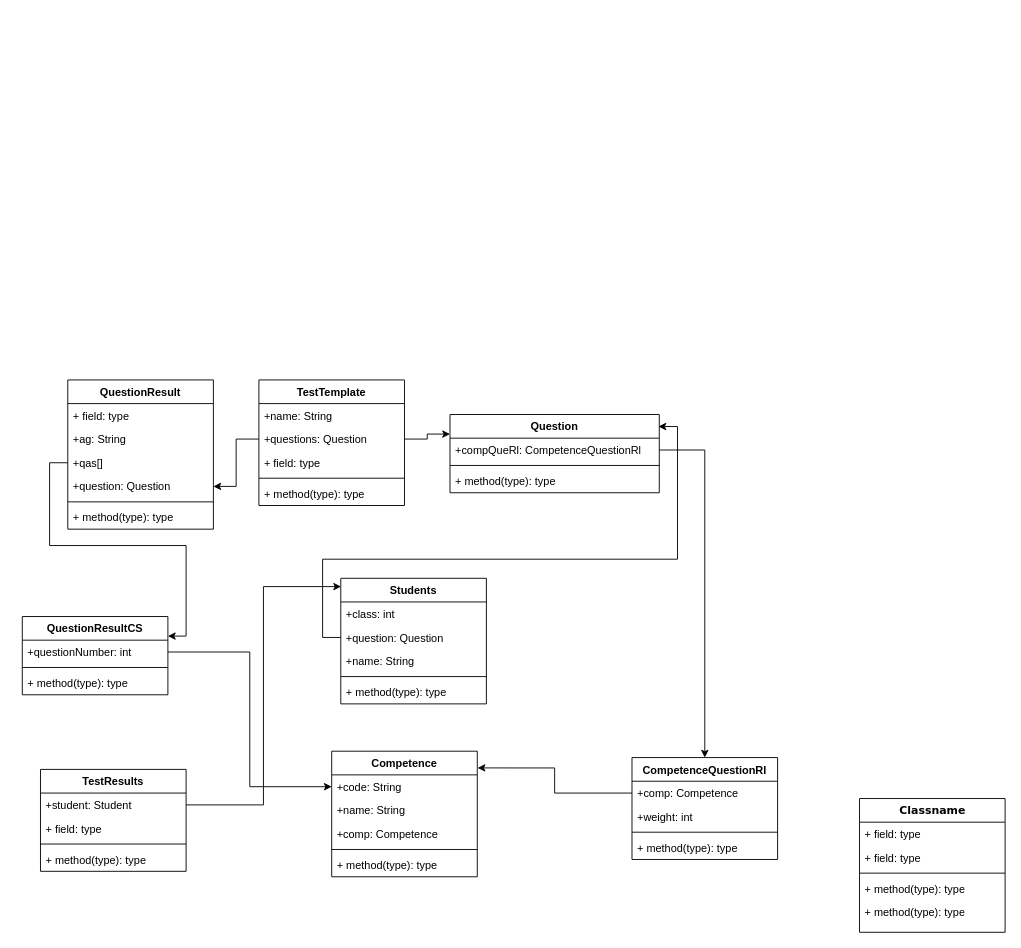
Above: Untitled Diagram.drawio in minaevtimova/Table (draw.io), before the change. Source tidied: cells renumbered, new cells numbered last; positions are measured from the earlier drawing's top-left corner, leaving out a move shared by most shapes. Both pictures are drawn from the tidied source at 91%, with x=0, y=0 at pixel (22, 379).
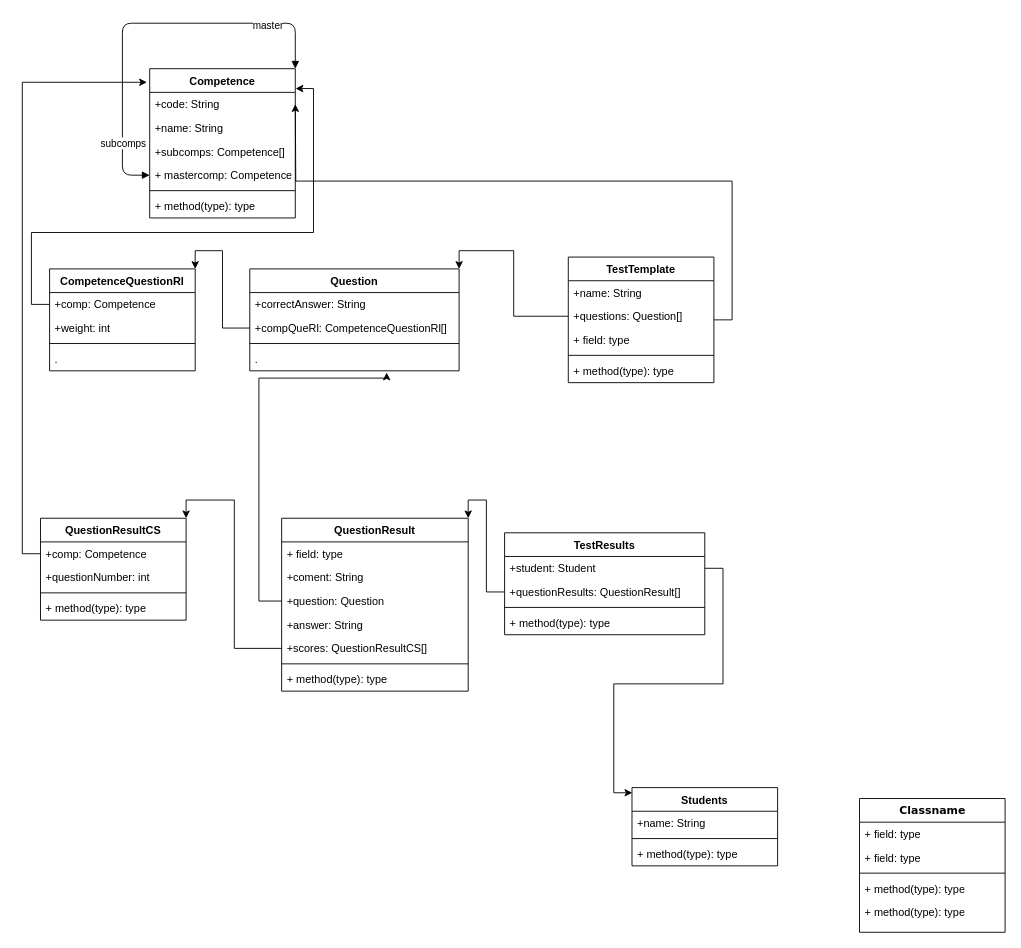
After the change.

The change refers to these unchanged cells:
```xml
<mxCell id="9" value="+code: String" style="text;strokeColor=none;fillColor=none;align=left;verticalAlign=top;spacingLeft=4;spacingRight=4;overflow=hidden;points=[[0,0.5],[1,0.5]];portConstraint=eastwest;" parent="8" vertex="1">
  <mxGeometry y="26" width="160" height="26" as="geometry" />
</mxCell>
<mxCell id="25" value="+comp: Competence" style="text;strokeColor=none;fillColor=none;align=left;verticalAlign=top;spacingLeft=4;spacingRight=4;overflow=hidden;points=[[0,0.5],[1,0.5]];portConstraint=eastwest;" parent="24" vertex="1">
  <mxGeometry y="26" width="160" height="26" as="geometry" />
</mxCell>
```

The edit, as a diff of the source:
```diff
@@
     <mxCell id="8" value="Competence" style="swimlane;fontStyle=1;align=center;verticalAlign=top;horizontal=1;startSize=26;" parent="1" vertex="1">
-      <mxGeometry x="340" y="408" width="160" height="138" as="geometry" />
+      <mxGeometry x="140" y="-342" width="160" height="164" as="geometry" />
     </mxCell>
@@
-    <mxCell id="11" value="+comp: Competence" style="text;strokeColor=none;fillColor=none;align=left;verticalAlign=top;spacingLeft=4;spacingRight=4;overflow=hidden;" parent="8" vertex="1">
+    <mxCell id="11" value="+subcomps: Competence[]" style="text;strokeColor=none;fillColor=none;align=left;verticalAlign=top;spacingLeft=4;spacingRight=4;overflow=hidden;" parent="8" vertex="1">
       <mxGeometry y="78" width="160" height="26" as="geometry" />
     </mxCell>
+    <mxCell id="59" value="+ mastercomp: Competence" style="text;strokeColor=none;fillColor=none;align=left;verticalAlign=top;spacingLeft=4;spacingRight=4;overflow=hidden;points=[[0,0.5],[1,0.5]];portConstraint=eastwest;" parent="8" vertex="1">
+      <mxGeometry y="104" width="160" height="26" as="geometry" />
+    </mxCell>
     <mxCell id="12" style="line;strokeWidth=1;fillColor=none;align=left;verticalAlign=middle;spacingTop=-1;spacingLeft=3;spacingRight=3;labelPosition=right;" parent="8" vertex="1">
-      <mxGeometry y="104" width="160" height="8" as="geometry" />
+      <mxGeometry y="130" width="160" height="8" as="geometry" />
     </mxCell>
     <mxCell id="13" value="+ method(type): type" style="text;strokeColor=none;fillColor=none;align=left;verticalAlign=top;spacingLeft=4;spacingRight=4;overflow=hidden;" parent="8" vertex="1">
-      <mxGeometry y="112" width="160" height="26" as="geometry" />
+      <mxGeometry y="138" width="160" height="26" as="geometry" />
     </mxCell>
-    <mxCell id="14" value="TestTemplate" style="swimlane;fontStyle=1;align=center;verticalAlign=top;horizontal=1;startSize=26;" parent="1" vertex="1">
-      <mxGeometry x="260" width="160" height="138" as="geometry" />
-    </mxCell>
-    <mxCell id="15" value="+name: String" style="text;strokeColor=none;fillColor=none;align=left;verticalAlign=top;spacingLeft=4;spacingRight=4;overflow=hidden;" parent="14" vertex="1">
-      <mxGeometry y="26" width="160" height="26" as="geometry" />
-    </mxCell>
-    <mxCell id="16" value="+questions: Question" style="text;strokeColor=none;fillColor=none;align=left;verticalAlign=top;spacingLeft=4;spacingRight=4;overflow=hidden;points=[[0,0.5],[1,0.5]];portConstraint=eastwest;" parent="14" vertex="1">
-      <mxGeometry y="52" width="160" height="26" as="geometry" />
-    </mxCell>
-    <mxCell id="17" value="+ field: type" style="text;strokeColor=none;fillColor=none;align=left;verticalAlign=top;spacingLeft=4;spacingRight=4;overflow=hidden;" parent="14" vertex="1">
-      <mxGeometry y="78" width="160" height="26" as="geometry" />
-    </mxCell>
-    <mxCell id="18" style="line;strokeWidth=1;fillColor=none;align=left;verticalAlign=middle;spacingTop=-1;spacingLeft=3;spacingRight=3;labelPosition=right;" parent="14" vertex="1">
-      <mxGeometry y="104" width="160" height="8" as="geometry" />
-    </mxCell>
-    <mxCell id="19" value="+ method(type): type" style="text;strokeColor=none;fillColor=none;align=left;verticalAlign=top;spacingLeft=4;spacingRight=4;overflow=hidden;" parent="14" vertex="1">
-      <mxGeometry y="112" width="160" height="26" as="geometry" />
-    </mxCell>
+    <mxCell id="60" style="endArrow=block;startArrow=block;endFill=1;startFill=1;html=1;entryX=0;entryY=0.5;entryDx=0;entryDy=0;exitX=1;exitY=0;exitDx=0;exitDy=0;" parent="8" edge="1" source="8" target="59">
+      <mxGeometry relative="1" as="geometry">
+        <Array as="points">
+          <mxPoint x="160" y="-50" />
+          <mxPoint x="-30" y="-50" />
+          <mxPoint x="-30" y="117" />
+        </Array>
+      </mxGeometry>
+    </mxCell>
+    <mxCell id="61" value="subcomps" style="edgeLabel;html=1;align=center;verticalAlign=middle;" parent="60" vertex="1">
+      <mxGeometry x="0.7" relative="1" as="geometry" />
+    </mxCell>
+    <mxCell id="62" value="master" style="edgeLabel;html=1;align=center;verticalAlign=middle;" parent="60" vertex="1">
+      <mxGeometry x="-0.63" y="2" relative="1" as="geometry" />
+    </mxCell>
     <mxCell id="20" value="Question" style="swimlane;fontStyle=1;align=center;verticalAlign=top;horizontal=1;startSize=26;" parent="1" vertex="1">
-      <mxGeometry x="470" y="38" width="230" height="86" as="geometry" />
+      <mxGeometry x="250" y="-122" width="230" height="112" as="geometry" />
     </mxCell>
+    <mxCell id="63" value="+correctAnswer: String" style="text;strokeColor=none;fillColor=none;align=left;verticalAlign=top;spacingLeft=4;spacingRight=4;overflow=hidden;" parent="20" vertex="1">
+      <mxGeometry y="26" width="230" height="26" as="geometry" />
+    </mxCell>
-    <mxCell id="21" value="+compQueRl: CompetenceQuestionRl" style="text;strokeColor=none;fillColor=none;align=left;verticalAlign=top;spacingLeft=4;spacingRight=4;overflow=hidden;points=[[0,0.5],[1,0.5]];portConstraint=eastwest;" parent="20" vertex="1">
-      <mxGeometry y="26" width="230" height="26" as="geometry" />
+    <mxCell id="21" value="+compQueRl: CompetenceQuestionRl[]&#10;" style="text;strokeColor=none;fillColor=none;align=left;verticalAlign=top;spacingLeft=4;spacingRight=4;overflow=hidden;points=[[0,0.5],[1,0.5]];portConstraint=eastwest;" parent="20" vertex="1">
+      <mxGeometry y="52" width="230" height="26" as="geometry" />
     </mxCell>
     <mxCell id="22" style="line;strokeWidth=1;fillColor=none;align=left;verticalAlign=middle;spacingTop=-1;spacingLeft=3;spacingRight=3;labelPosition=right;" parent="20" vertex="1">
-      <mxGeometry y="52" width="230" height="8" as="geometry" />
+      <mxGeometry y="78" width="230" height="8" as="geometry" />
     </mxCell>
-    <mxCell id="23" value="+ method(type): type" style="text;strokeColor=none;fillColor=none;align=left;verticalAlign=top;spacingLeft=4;spacingRight=4;overflow=hidden;points=[[0,0.5],[1,0.5]];portConstraint=eastwest;" parent="20" vertex="1">
-      <mxGeometry y="60" width="230" height="26" as="geometry" />
+    <mxCell id="23" value="." style="text;strokeColor=none;fillColor=none;align=left;verticalAlign=top;spacingLeft=4;spacingRight=4;overflow=hidden;points=[[0,0.5],[1,0.5]];portConstraint=eastwest;" parent="20" vertex="1">
+      <mxGeometry y="86" width="230" height="26" as="geometry" />
     </mxCell>
     <mxCell id="24" value="CompetenceQuestionRl" style="swimlane;fontStyle=1;align=center;verticalAlign=top;horizontal=1;startSize=26;" parent="1" vertex="1">
-      <mxGeometry x="670" y="415" width="160" height="112" as="geometry" />
+      <mxGeometry x="30" y="-122" width="160" height="112" as="geometry" />
     </mxCell>
@@
-    <mxCell id="28" value="+ method(type): type" style="text;strokeColor=none;fillColor=none;align=left;verticalAlign=top;spacingLeft=4;spacingRight=4;overflow=hidden;" parent="24" vertex="1">
+    <mxCell id="28" value="." style="text;strokeColor=none;fillColor=none;align=left;verticalAlign=top;spacingLeft=4;spacingRight=4;overflow=hidden;" parent="24" vertex="1">
       <mxGeometry y="86" width="160" height="26" as="geometry" />
     </mxCell>
     <mxCell id="29" value="TestResults" style="swimlane;fontStyle=1;align=center;verticalAlign=top;horizontal=1;startSize=26;" parent="1" vertex="1">
-      <mxGeometry x="20" y="428" width="160" height="112" as="geometry" />
+      <mxGeometry x="530" y="168" width="220" height="112" as="geometry" />
     </mxCell>
     <mxCell id="30" value="+student: Student" style="text;strokeColor=none;fillColor=none;align=left;verticalAlign=top;spacingLeft=4;spacingRight=4;overflow=hidden;points=[[0,0.5],[1,0.5]];portConstraint=eastwest;" parent="29" vertex="1">
-      <mxGeometry y="26" width="160" height="26" as="geometry" />
+      <mxGeometry y="26" width="220" height="26" as="geometry" />
     </mxCell>
-    <mxCell id="31" value="+ field: type" style="text;strokeColor=none;fillColor=none;align=left;verticalAlign=top;spacingLeft=4;spacingRight=4;overflow=hidden;points=[[0,0.5],[1,0.5]];portConstraint=eastwest;" parent="29" vertex="1">
-      <mxGeometry y="52" width="160" height="26" as="geometry" />
+    <mxCell id="31" value="+questionResults: QuestionResult[]" style="text;strokeColor=none;fillColor=none;align=left;verticalAlign=top;spacingLeft=4;spacingRight=4;overflow=hidden;points=[[0,0.5],[1,0.5]];portConstraint=eastwest;" parent="29" vertex="1">
+      <mxGeometry y="52" width="220" height="26" as="geometry" />
     </mxCell>
     <mxCell id="32" style="line;strokeWidth=1;fillColor=none;align=left;verticalAlign=middle;spacingTop=-1;spacingLeft=3;spacingRight=3;labelPosition=right;" parent="29" vertex="1">
-      <mxGeometry y="78" width="160" height="8" as="geometry" />
+      <mxGeometry y="78" width="220" height="8" as="geometry" />
     </mxCell>
     <mxCell id="33" value="+ method(type): type" style="text;strokeColor=none;fillColor=none;align=left;verticalAlign=top;spacingLeft=4;spacingRight=4;overflow=hidden;" parent="29" vertex="1">
-      <mxGeometry y="86" width="160" height="26" as="geometry" />
+      <mxGeometry y="86" width="220" height="26" as="geometry" />
     </mxCell>
     <mxCell id="34" value="Students" style="swimlane;fontStyle=1;align=center;verticalAlign=top;horizontal=1;startSize=26;" parent="1" vertex="1">
-      <mxGeometry x="350" y="218" width="160" height="138" as="geometry" />
+      <mxGeometry x="670" y="448" width="160" height="86" as="geometry" />
     </mxCell>
-    <mxCell id="35" value="+class: int" style="text;strokeColor=none;fillColor=none;align=left;verticalAlign=top;spacingLeft=4;spacingRight=4;overflow=hidden;" parent="34" vertex="1">
-      <mxGeometry y="26" width="160" height="26" as="geometry" />
-    </mxCell>
-    <mxCell id="36" value="+question: Question" style="text;strokeColor=none;fillColor=none;align=left;verticalAlign=top;spacingLeft=4;spacingRight=4;overflow=hidden;points=[[0,0.5],[1,0.5]];portConstraint=eastwest;" parent="34" vertex="1">
-      <mxGeometry y="52" width="160" height="26" as="geometry" />
-    </mxCell>
     <mxCell id="37" value="+name: String" style="text;strokeColor=none;fillColor=none;align=left;verticalAlign=top;spacingLeft=4;spacingRight=4;overflow=hidden;" parent="34" vertex="1">
-      <mxGeometry y="78" width="160" height="26" as="geometry" />
+      <mxGeometry y="26" width="160" height="26" as="geometry" />
     </mxCell>
     <mxCell id="38" style="line;strokeWidth=1;fillColor=none;align=left;verticalAlign=middle;spacingTop=-1;spacingLeft=3;spacingRight=3;labelPosition=right;" parent="34" vertex="1">
-      <mxGeometry y="104" width="160" height="8" as="geometry" />
+      <mxGeometry y="52" width="160" height="8" as="geometry" />
     </mxCell>
     <mxCell id="39" value="+ method(type): type" style="text;strokeColor=none;fillColor=none;align=left;verticalAlign=top;spacingLeft=4;spacingRight=4;overflow=hidden;" parent="34" vertex="1">
-      <mxGeometry y="112" width="160" height="26" as="geometry" />
+      <mxGeometry y="60" width="160" height="26" as="geometry" />
     </mxCell>
     <mxCell id="40" value="QuestionResultCS" style="swimlane;fontStyle=1;align=center;verticalAlign=top;horizontal=1;startSize=26;" parent="1" vertex="1">
-      <mxGeometry y="260" width="160" height="86" as="geometry" />
+      <mxGeometry x="20" y="152" width="160" height="112" as="geometry" />
     </mxCell>
+    <mxCell id="64" value="+comp: Competence" style="text;strokeColor=none;fillColor=none;align=left;verticalAlign=top;spacingLeft=4;spacingRight=4;overflow=hidden;points=[[0,0.5],[1,0.5]];portConstraint=eastwest;" parent="40" vertex="1">
+      <mxGeometry y="26" width="160" height="26" as="geometry" />
+    </mxCell>
     <mxCell id="41" value="+questionNumber: int" style="text;strokeColor=none;fillColor=none;align=left;verticalAlign=top;spacingLeft=4;spacingRight=4;overflow=hidden;points=[[0,0.5],[1,0.5]];portConstraint=eastwest;" parent="40" vertex="1">
-      <mxGeometry y="26" width="160" height="26" as="geometry" />
+      <mxGeometry y="52" width="160" height="26" as="geometry" />
     </mxCell>
     <mxCell id="42" style="line;strokeWidth=1;fillColor=none;align=left;verticalAlign=middle;spacingTop=-1;spacingLeft=3;spacingRight=3;labelPosition=right;" parent="40" vertex="1">
-      <mxGeometry y="52" width="160" height="8" as="geometry" />
+      <mxGeometry y="78" width="160" height="8" as="geometry" />
     </mxCell>
     <mxCell id="43" value="+ method(type): type" style="text;strokeColor=none;fillColor=none;align=left;verticalAlign=top;spacingLeft=4;spacingRight=4;overflow=hidden;" parent="40" vertex="1">
-      <mxGeometry y="60" width="160" height="26" as="geometry" />
+      <mxGeometry y="86" width="160" height="26" as="geometry" />
     </mxCell>
     <mxCell id="44" value="QuestionResult" style="swimlane;fontStyle=1;align=center;verticalAlign=top;horizontal=1;startSize=26;" parent="1" vertex="1">
-      <mxGeometry x="50" width="160" height="164" as="geometry" />
+      <mxGeometry x="285" y="152" width="205" height="190" as="geometry" />
     </mxCell>
     <mxCell id="45" value="+ field: type" style="text;strokeColor=none;fillColor=none;align=left;verticalAlign=top;spacingLeft=4;spacingRight=4;overflow=hidden;" parent="44" vertex="1">
-      <mxGeometry y="26" width="160" height="26" as="geometry" />
+      <mxGeometry y="26" width="205" height="26" as="geometry" />
     </mxCell>
-    <mxCell id="46" value="+ag: String" style="text;strokeColor=none;fillColor=none;align=left;verticalAlign=top;spacingLeft=4;spacingRight=4;overflow=hidden;" parent="44" vertex="1">
-      <mxGeometry y="52" width="160" height="26" as="geometry" />
+    <mxCell id="46" value="+coment: String" style="text;strokeColor=none;fillColor=none;align=left;verticalAlign=top;spacingLeft=4;spacingRight=4;overflow=hidden;" parent="44" vertex="1">
+      <mxGeometry y="52" width="205" height="26" as="geometry" />
     </mxCell>
+    <mxCell id="48" value="+question: Question" style="text;strokeColor=none;fillColor=none;align=left;verticalAlign=top;spacingLeft=4;spacingRight=4;overflow=hidden;points=[[0,0.5],[1,0.5]];portConstraint=eastwest;" parent="44" vertex="1">
+      <mxGeometry y="78" width="205" height="26" as="geometry" />
+    </mxCell>
+    <mxCell id="65" value="+answer: String" style="text;strokeColor=none;fillColor=none;align=left;verticalAlign=top;spacingLeft=4;spacingRight=4;overflow=hidden;" parent="44" vertex="1">
+      <mxGeometry y="104" width="205" height="26" as="geometry" />
+    </mxCell>
-    <mxCell id="47" value="+qas[]" style="text;strokeColor=none;fillColor=none;align=left;verticalAlign=top;spacingLeft=4;spacingRight=4;overflow=hidden;points=[[0,0.5],[1,0.5]];portConstraint=eastwest;" parent="44" vertex="1">
-      <mxGeometry y="78" width="160" height="26" as="geometry" />
+    <mxCell id="47" value="+scores: QuestionResultCS[]" style="text;strokeColor=none;fillColor=none;align=left;verticalAlign=top;spacingLeft=4;spacingRight=4;overflow=hidden;points=[[0,0.5],[1,0.5]];portConstraint=eastwest;" parent="44" vertex="1">
+      <mxGeometry y="130" width="205" height="26" as="geometry" />
     </mxCell>
-    <mxCell id="48" value="+question: Question" style="text;strokeColor=none;fillColor=none;align=left;verticalAlign=top;spacingLeft=4;spacingRight=4;overflow=hidden;points=[[0,0.5],[1,0.5]];portConstraint=eastwest;" parent="44" vertex="1">
-      <mxGeometry y="104" width="160" height="26" as="geometry" />
-    </mxCell>
     <mxCell id="49" style="line;strokeWidth=1;fillColor=none;align=left;verticalAlign=middle;spacingTop=-1;spacingLeft=3;spacingRight=3;labelPosition=right;" parent="44" vertex="1">
-      <mxGeometry y="130" width="160" height="8" as="geometry" />
+      <mxGeometry y="156" width="205" height="8" as="geometry" />
     </mxCell>
     <mxCell id="50" value="+ method(type): type" style="text;strokeColor=none;fillColor=none;align=left;verticalAlign=top;spacingLeft=4;spacingRight=4;overflow=hidden;" parent="44" vertex="1">
-      <mxGeometry y="138" width="160" height="26" as="geometry" />
+      <mxGeometry y="164" width="205" height="26" as="geometry" />
     </mxCell>
     <mxCell id="51" style="edgeStyle=orthogonalEdgeStyle;rounded=0;jettySize=auto;html=1;exitX=0;exitY=0.5;exitDx=0;exitDy=0;entryX=1.002;entryY=0.133;entryDx=0;entryDy=0;entryPerimeter=0;" parent="1" edge="1" source="25" target="8">
-      <mxGeometry relative="1" as="geometry" />
+      <mxGeometry relative="1" as="geometry">
+        <Array as="points">
+          <mxPoint x="10" y="-83" />
+          <mxPoint x="10" y="-162" />
+          <mxPoint x="320" y="-162" />
+          <mxPoint x="320" y="-320" />
+        </Array>
+      </mxGeometry>
     </mxCell>
-    <mxCell id="52" style="edgeStyle=orthogonalEdgeStyle;rounded=0;jettySize=auto;html=1;exitX=1;exitY=0.5;exitDx=0;exitDy=0;entryX=0;entryY=0.5;entryDx=0;entryDy=0;" parent="1" edge="1" source="41" target="9">
-      <mxGeometry relative="1" as="geometry" />
+    <mxCell id="52" style="edgeStyle=orthogonalEdgeStyle;rounded=0;jettySize=auto;html=1;exitX=1;exitY=0.5;exitDx=0;exitDy=0;startArrow=none;" parent="1" edge="1" source="14">
+      <mxGeometry relative="1" as="geometry">
+        <mxPoint x="300" y="-303" as="targetPoint" />
+      </mxGeometry>
     </mxCell>
-    <mxCell id="53" style="edgeStyle=orthogonalEdgeStyle;rounded=0;jettySize=auto;html=1;exitX=0;exitY=0.5;exitDx=0;exitDy=0;entryX=1;entryY=0.25;entryDx=0;entryDy=0;" parent="1" edge="1" source="47" target="40">
-      <mxGeometry relative="1" as="geometry" />
+    <mxCell id="53" style="edgeStyle=orthogonalEdgeStyle;rounded=0;jettySize=auto;html=1;exitX=0;exitY=0.5;exitDx=0;exitDy=0;entryX=1;entryY=0;entryDx=0;entryDy=0;" parent="1" edge="1" source="47" target="40">
+      <mxGeometry relative="1" as="geometry">
+        <Array as="points">
+          <mxPoint x="233" y="295" />
+          <mxPoint x="233" y="132" />
+          <mxPoint x="180" y="132" />
+        </Array>
+      </mxGeometry>
     </mxCell>
-    <mxCell id="54" style="edgeStyle=orthogonalEdgeStyle;rounded=0;jettySize=auto;html=1;exitX=0;exitY=0.5;exitDx=0;exitDy=0;entryX=1;entryY=0.5;entryDx=0;entryDy=0;" parent="1" edge="1" source="16" target="48">
-      <mxGeometry relative="1" as="geometry" />
-    </mxCell>
-    <mxCell id="55" style="edgeStyle=orthogonalEdgeStyle;rounded=0;jettySize=auto;html=1;exitX=1;exitY=0.5;exitDx=0;exitDy=0;entryX=0;entryY=0.25;entryDx=0;entryDy=0;" parent="1" edge="1" source="16" target="20">
+    <mxCell id="55" style="edgeStyle=orthogonalEdgeStyle;rounded=0;jettySize=auto;html=1;exitX=0;exitY=0.5;exitDx=0;exitDy=0;entryX=1;entryY=0;entryDx=0;entryDy=0;" parent="1" edge="1" source="16" target="20">
       <mxGeometry relative="1" as="geometry" />
     </mxCell>
-    <mxCell id="56" style="edgeStyle=orthogonalEdgeStyle;rounded=0;jettySize=auto;html=1;exitX=0;exitY=0.5;exitDx=0;exitDy=0;entryX=0.996;entryY=0.154;entryDx=0;entryDy=0;entryPerimeter=0;" parent="1" edge="1" source="36" target="20">
-      <mxGeometry relative="1" as="geometry" />
-    </mxCell>
-    <mxCell id="57" style="edgeStyle=orthogonalEdgeStyle;rounded=0;jettySize=auto;html=1;" parent="1" edge="1" source="21" target="24">
+    <mxCell id="57" style="edgeStyle=orthogonalEdgeStyle;rounded=0;jettySize=auto;html=1;entryX=1;entryY=0;entryDx=0;entryDy=0;" parent="1" edge="1" source="21" target="24">
       <mxGeometry relative="1" as="geometry" />
     </mxCell>
@@
+    <mxCell id="14" value="TestTemplate" style="swimlane;fontStyle=1;align=center;verticalAlign=top;horizontal=1;startSize=26;" parent="1" vertex="1">
+      <mxGeometry x="600" y="-135" width="160" height="138" as="geometry" />
+    </mxCell>
+    <mxCell id="15" value="+name: String" style="text;strokeColor=none;fillColor=none;align=left;verticalAlign=top;spacingLeft=4;spacingRight=4;overflow=hidden;" parent="14" vertex="1">
+      <mxGeometry y="26" width="160" height="26" as="geometry" />
+    </mxCell>
+    <mxCell id="16" value="+questions: Question[]&#10;" style="text;strokeColor=none;fillColor=none;align=left;verticalAlign=top;spacingLeft=4;spacingRight=4;overflow=hidden;points=[[0,0.5],[1,0.5]];portConstraint=eastwest;" parent="14" vertex="1">
+      <mxGeometry y="52" width="160" height="26" as="geometry" />
+    </mxCell>
+    <mxCell id="17" value="+ field: type" style="text;strokeColor=none;fillColor=none;align=left;verticalAlign=top;spacingLeft=4;spacingRight=4;overflow=hidden;" parent="14" vertex="1">
+      <mxGeometry y="78" width="160" height="26" as="geometry" />
+    </mxCell>
+    <mxCell id="18" style="line;strokeWidth=1;fillColor=none;align=left;verticalAlign=middle;spacingTop=-1;spacingLeft=3;spacingRight=3;labelPosition=right;" parent="14" vertex="1">
+      <mxGeometry y="104" width="160" height="8" as="geometry" />
+    </mxCell>
+    <mxCell id="19" value="+ method(type): type" style="text;strokeColor=none;fillColor=none;align=left;verticalAlign=top;spacingLeft=4;spacingRight=4;overflow=hidden;" parent="14" vertex="1">
+      <mxGeometry y="112" width="160" height="26" as="geometry" />
+    </mxCell>
+    <mxCell id="66" style="edgeStyle=orthogonalEdgeStyle;rounded=0;jettySize=auto;html=1;entryX=1;entryY=0;entryDx=0;entryDy=0;" parent="1" edge="1" source="31" target="44">
+      <mxGeometry relative="1" as="geometry" />
+    </mxCell>
+    <mxCell id="67" style="edgeStyle=orthogonalEdgeStyle;rounded=0;jettySize=auto;html=1;entryX=0.654;entryY=1.074;entryDx=0;entryDy=0;entryPerimeter=0;exitX=0;exitY=0.5;exitDx=0;exitDy=0;" parent="1" edge="1" source="48" target="23">
+      <mxGeometry relative="1" as="geometry">
+        <Array as="points">
+          <mxPoint x="260" y="243" />
+          <mxPoint x="260" y="-2" />
+          <mxPoint x="400" y="-2" />
+        </Array>
+      </mxGeometry>
+    </mxCell>
+    <mxCell id="68" style="edgeStyle=orthogonalEdgeStyle;rounded=0;jettySize=auto;html=1;entryX=-0.019;entryY=0.091;entryDx=0;entryDy=0;exitX=0;exitY=0.5;exitDx=0;exitDy=0;entryPerimeter=0;" parent="1" edge="1" source="64" target="8">
+      <mxGeometry relative="1" as="geometry">
+        <Array as="points">
+          <mxPoint y="191" />
+          <mxPoint y="-327" />
+        </Array>
+      </mxGeometry>
+    </mxCell>
```
